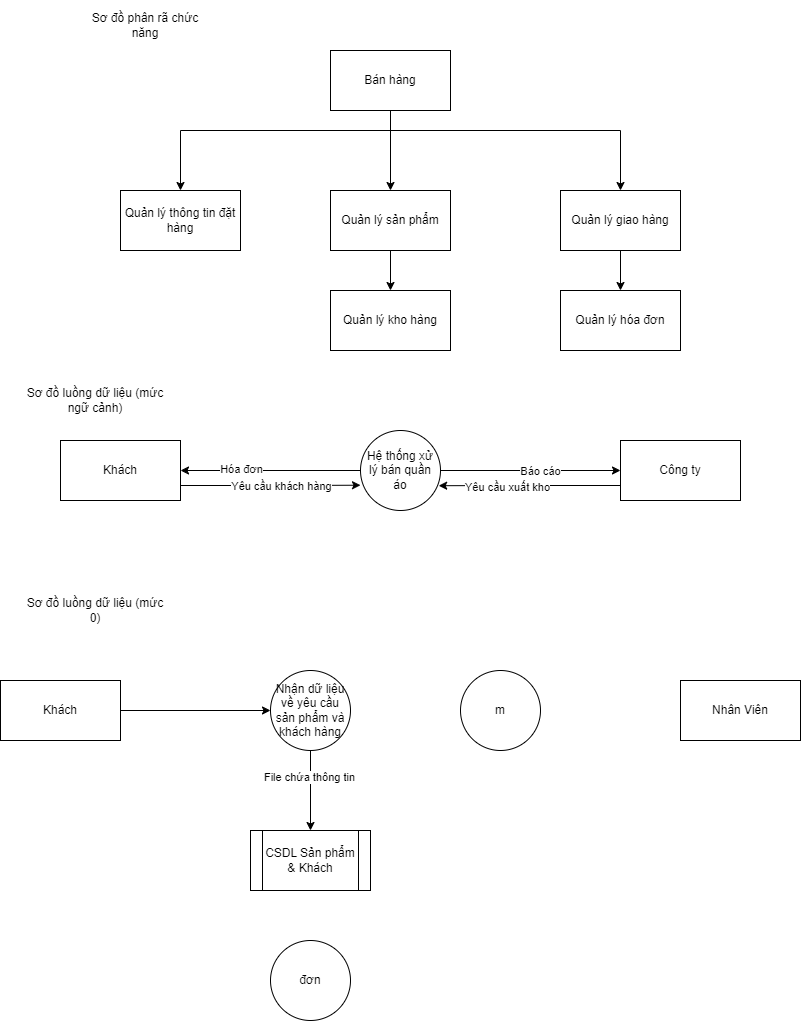
Before: DFD1.png, a diagram exported from draw.io (InfiniteByte1811/branch1). Source tidied: cells renumbered, new cells last; positions are measured from the earlier drawing's top-left corner, leaving out a move shared by most shapes.
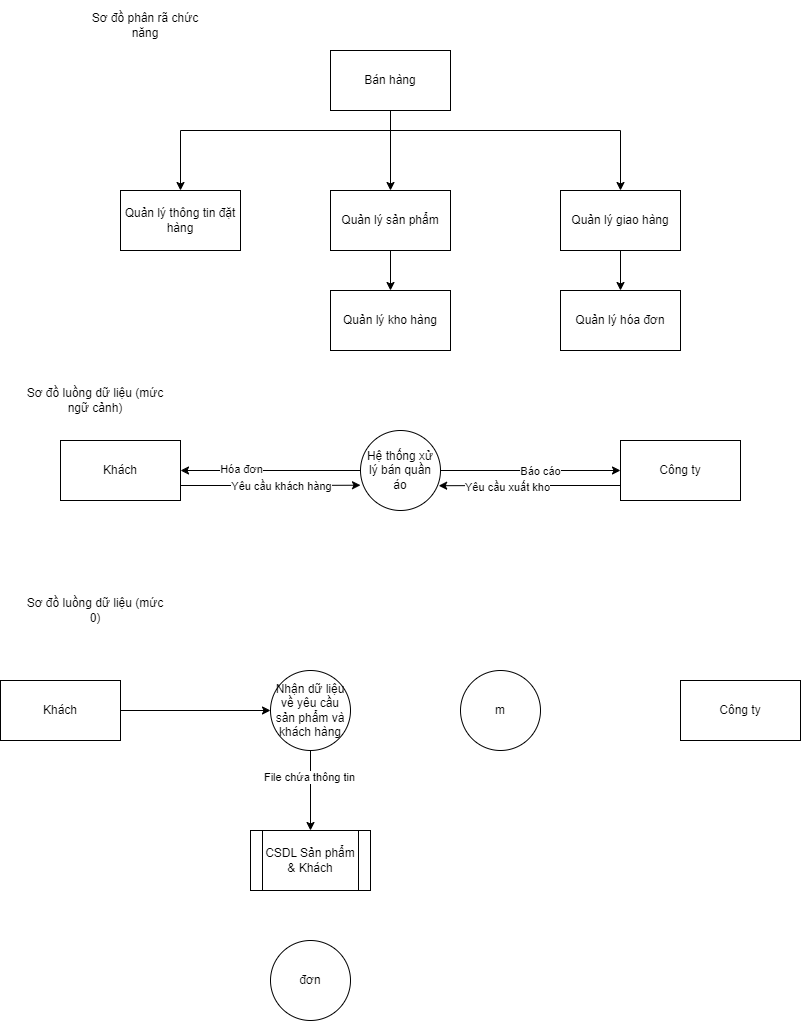
After the commit.

Commit message:
Cập nhật DFD1.png

What changed in the source:
```diff
@@ -47,7 +47,7 @@
     <mxCell id="16" value="Khách" style="rounded=0;whiteSpace=wrap;html=1;" parent="1" vertex="1">
       <mxGeometry y="680" width="120" height="60" as="geometry" />
     </mxCell>
-    <mxCell id="17" value="Nhân Viên" style="rounded=0;whiteSpace=wrap;html=1;" parent="1" vertex="1">
+    <mxCell id="17" value="Công ty" style="rounded=0;whiteSpace=wrap;html=1;" parent="1" vertex="1">
       <mxGeometry x="680" y="680" width="120" height="60" as="geometry" />
     </mxCell>
     <mxCell id="18" style="edgeStyle=orthogonalEdgeStyle;rounded=0;jettySize=auto;html=1;" parent="1" edge="1" source="20" target="22">
```
